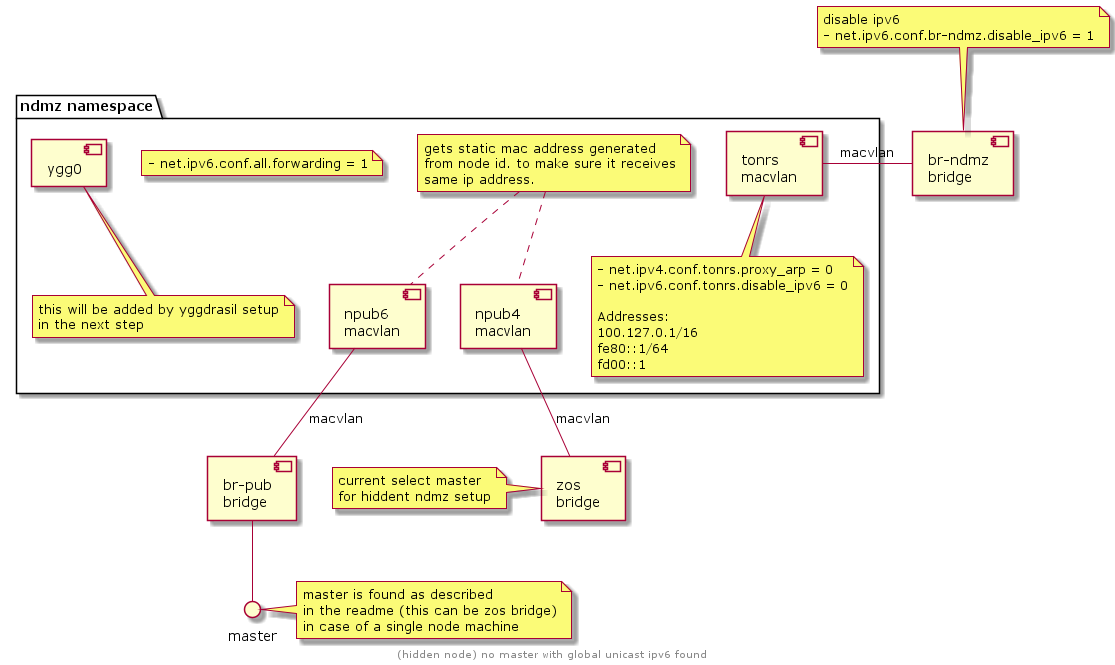
Before: docs/network/topology/png/ndmz-dualstack.png, a diagram exported from PlantUML (threefoldtech/zos).
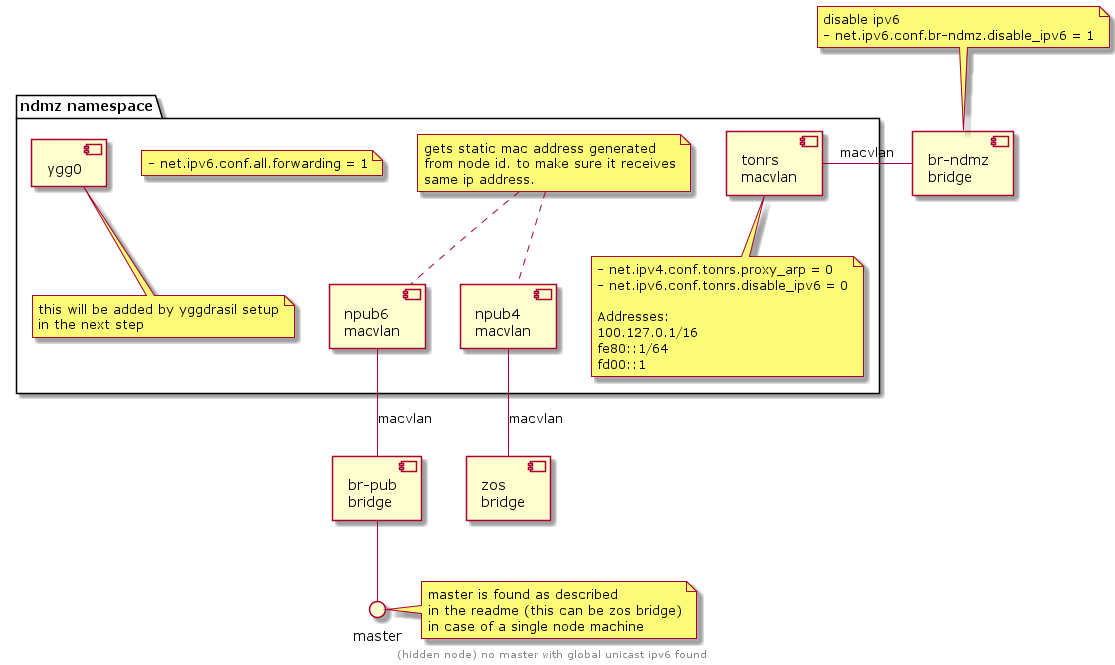
After the commit.

Commit message:
update dualstack diagram

The edit, as a diff of the source:
```diff
@@ -1,9 +1,5 @@
 @startuml
 [zos\nbridge] as zos
-note left of zos
-current select master
-for hiddent ndmz setup
-end note
 [br-pub\nbridge] as brpub
 [br-ndmz\nbridge] as brndmz
 note top of brndmz
```
